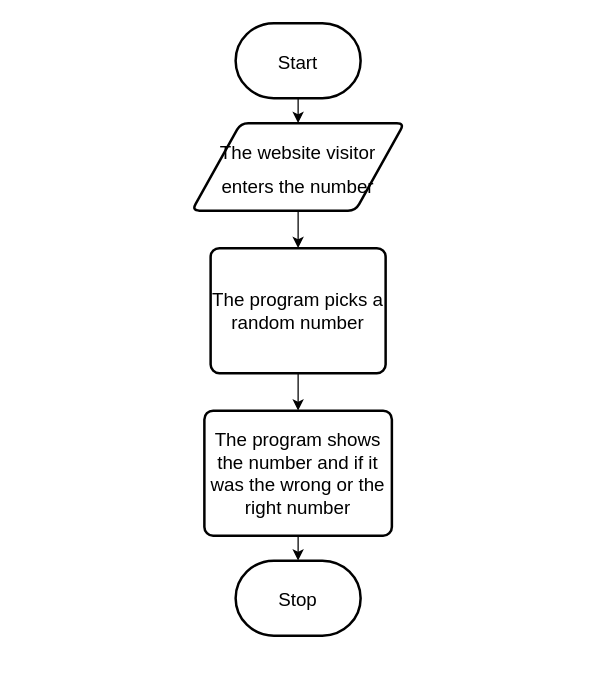
Before: design/flowchart.drawio in Evgeny-Vovk/ICS2O-Unit5-01-HTML, a draw.io diagram. Source tidied: cells renumbered, new cells numbered last; positions are measured from the earlier drawing's top-left corner, leaving out a move shared by most shapes. Both pictures are drawn from the tidied source at 125%, with x=0, y=0 at pixel (191, 22).
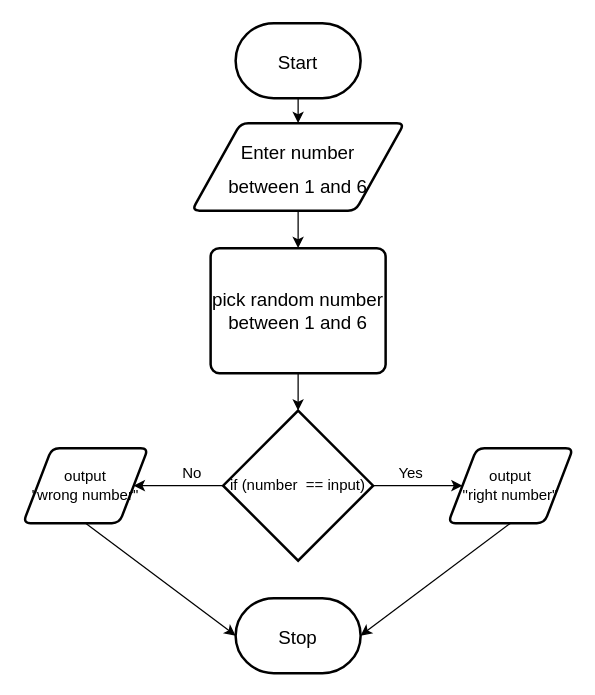
Above is the later version.

Change to the diagram source:
```diff
@@
 <mxGraphModel>
   <root>
     <mxCell id="0" />
     <mxCell id="1" parent="0" />
     <mxCell id="2" style="edgeStyle=none;html=1;exitX=0.5;exitY=1;exitDx=0;exitDy=0;exitPerimeter=0;entryX=0.5;entryY=0;entryDx=0;entryDy=0;fontSize=15;" parent="1" edge="1" source="3" target="6">
       <mxGeometry relative="1" as="geometry" />
     </mxCell>
     <mxCell id="3" value="&lt;font style=&quot;font-size: 15px&quot;&gt;Start&lt;/font&gt;" style="strokeWidth=2;html=1;shape=mxgraph.flowchart.terminator;whiteSpace=wrap;fontSize=22;" parent="1" vertex="1">
       <mxGeometry x="35" width="100" height="60" as="geometry" />
     </mxCell>
     <mxCell id="4" value="&lt;font style=&quot;font-size: 15px&quot;&gt;Stop&lt;/font&gt;" style="strokeWidth=2;html=1;shape=mxgraph.flowchart.terminator;whiteSpace=wrap;fontSize=22;" parent="1" vertex="1">
-      <mxGeometry x="35" y="430" width="100" height="60" as="geometry" />
+      <mxGeometry x="35" y="460" width="100" height="60" as="geometry" />
     </mxCell>
     <mxCell id="5" style="edgeStyle=none;html=1;exitX=0.5;exitY=1;exitDx=0;exitDy=0;entryX=0.5;entryY=0;entryDx=0;entryDy=0;fontSize=15;" parent="1" edge="1" source="6" target="8">
       <mxGeometry relative="1" as="geometry" />
     </mxCell>
-    <mxCell id="6" value="&lt;font style=&quot;font-size: 15px&quot;&gt;The website visitor enters the number&lt;/font&gt;" style="shape=parallelogram;html=1;strokeWidth=2;perimeter=parallelogramPerimeter;whiteSpace=wrap;rounded=1;arcSize=12;size=0.23;fontSize=22;" parent="1" vertex="1">
+    <mxCell id="6" value="&lt;font style=&quot;font-size: 15px&quot;&gt;Enter number &lt;br&gt;between&amp;nbsp;1 and 6&lt;/font&gt;" style="shape=parallelogram;html=1;strokeWidth=2;perimeter=parallelogramPerimeter;whiteSpace=wrap;rounded=1;arcSize=12;size=0.23;fontSize=22;" parent="1" vertex="1">
       <mxGeometry y="80" width="170" height="70" as="geometry" />
     </mxCell>
-    <mxCell id="7" style="edgeStyle=none;html=1;exitX=0.5;exitY=1;exitDx=0;exitDy=0;entryX=0.5;entryY=0;entryDx=0;entryDy=0;fontSize=15;" parent="1" edge="1" source="8" target="10">
-      <mxGeometry relative="1" as="geometry" />
-    </mxCell>
+    <mxCell id="11" style="edgeStyle=none;html=1;exitX=0.5;exitY=1;exitDx=0;exitDy=0;entryX=0.5;entryY=0;entryDx=0;entryDy=0;entryPerimeter=0;" parent="1" edge="1" source="8" target="14">
+      <mxGeometry relative="1" as="geometry" />
+    </mxCell>
-    <mxCell id="8" value="The program picks a random number" style="rounded=1;whiteSpace=wrap;html=1;absoluteArcSize=1;arcSize=14;strokeWidth=2;fontSize=15;" parent="1" vertex="1">
+    <mxCell id="8" value="pick random number between 1 and 6" style="rounded=1;whiteSpace=wrap;html=1;absoluteArcSize=1;arcSize=14;strokeWidth=2;fontSize=15;" parent="1" vertex="1">
       <mxGeometry x="15" y="180" width="140" height="100" as="geometry" />
     </mxCell>
-    <mxCell id="9" style="edgeStyle=none;html=1;exitX=0.5;exitY=1;exitDx=0;exitDy=0;entryX=0.5;entryY=0;entryDx=0;entryDy=0;entryPerimeter=0;fontSize=15;" parent="1" edge="1" source="10" target="4">
-      <mxGeometry relative="1" as="geometry" />
-    </mxCell>
-    <mxCell id="10" value="The program shows the number and if it was the wrong or the right number" style="rounded=1;whiteSpace=wrap;html=1;absoluteArcSize=1;arcSize=14;strokeWidth=2;fontSize=15;" parent="1" vertex="1">
-      <mxGeometry x="10" y="310" width="150" height="100" as="geometry" />
-    </mxCell>
+    <mxCell id="12" style="edgeStyle=none;html=1;" parent="1" edge="1" source="14" target="18">
+      <mxGeometry relative="1" as="geometry" />
+    </mxCell>
+    <mxCell id="13" style="edgeStyle=none;html=1;exitX=0;exitY=0.5;exitDx=0;exitDy=0;exitPerimeter=0;" parent="1" edge="1" source="14" target="16">
+      <mxGeometry relative="1" as="geometry" />
+    </mxCell>
+    <mxCell id="14" value="if (number&amp;nbsp; == input)" style="strokeWidth=2;html=1;shape=mxgraph.flowchart.decision;whiteSpace=wrap;" parent="1" vertex="1">
+      <mxGeometry x="25" y="310" width="120" height="120" as="geometry" />
+    </mxCell>
+    <mxCell id="15" style="edgeStyle=none;html=1;exitX=0.5;exitY=1;exitDx=0;exitDy=0;entryX=0;entryY=0.5;entryDx=0;entryDy=0;entryPerimeter=0;" parent="1" edge="1" source="16" target="4">
+      <mxGeometry relative="1" as="geometry" />
+    </mxCell>
+    <mxCell id="16" value="output&lt;br&gt;&quot;wrong number&quot;" style="shape=parallelogram;html=1;strokeWidth=2;perimeter=parallelogramPerimeter;whiteSpace=wrap;rounded=1;arcSize=12;size=0.23;" parent="1" vertex="1">
+      <mxGeometry x="-135" y="340" width="100" height="60" as="geometry" />
+    </mxCell>
+    <mxCell id="17" style="edgeStyle=none;html=1;exitX=0.5;exitY=1;exitDx=0;exitDy=0;entryX=1;entryY=0.5;entryDx=0;entryDy=0;entryPerimeter=0;" parent="1" edge="1" source="18" target="4">
+      <mxGeometry relative="1" as="geometry" />
+    </mxCell>
+    <mxCell id="18" value="output&lt;br&gt;&quot;right number&quot;" style="shape=parallelogram;html=1;strokeWidth=2;perimeter=parallelogramPerimeter;whiteSpace=wrap;rounded=1;arcSize=12;size=0.23;" parent="1" vertex="1">
+      <mxGeometry x="205" y="340" width="100" height="60" as="geometry" />
+    </mxCell>
+    <mxCell id="19" value="Yes" style="text;html=1;align=center;verticalAlign=middle;strokeColor=none;fillColor=none;" parent="1" vertex="1">
+      <mxGeometry x="155" y="350" width="40" height="20" as="geometry" />
+    </mxCell>
+    <mxCell id="20" value="No" style="text;html=1;align=center;verticalAlign=middle;strokeColor=none;fillColor=none;" parent="1" vertex="1">
+      <mxGeometry x="-15" y="350" width="30" height="20" as="geometry" />
+    </mxCell>
   </root>
 </mxGraphModel>
```
